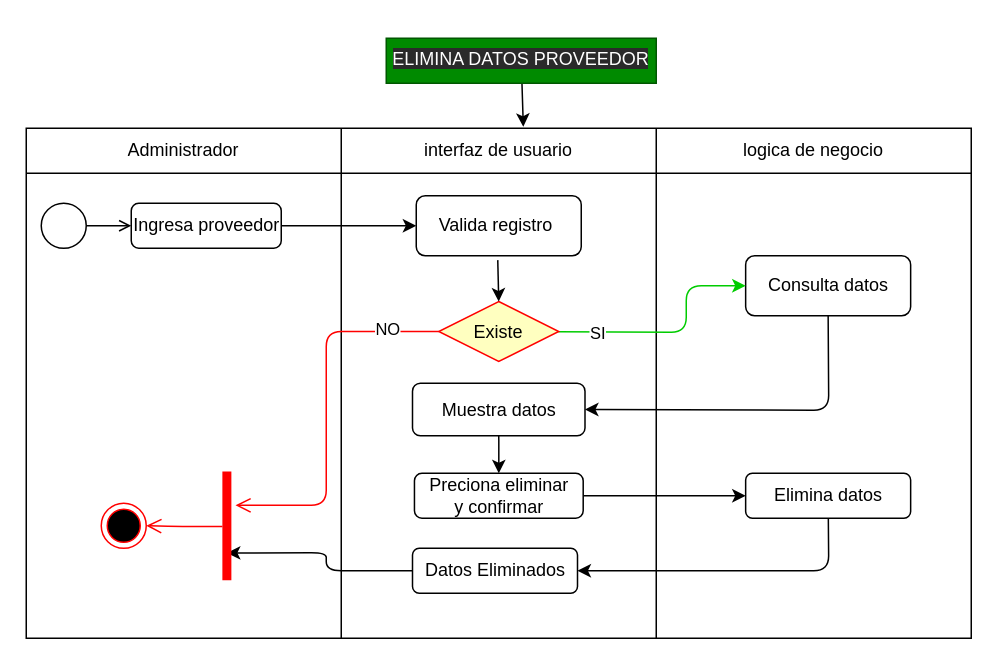
DavidArtavia/Activity_Diagram- keeps this draw.io diagram as Diagramas_Actividad/DAA.4.2.drawio. Above is the earlier version. Source tidied: cells renumbered, new cells numbered last; positions are measured from the earlier drawing's top-left corner, leaving out a move shared by most shapes. Both pictures are drawn from the tidied source at 150%, with x=0, y=0 at pixel (26, 38).
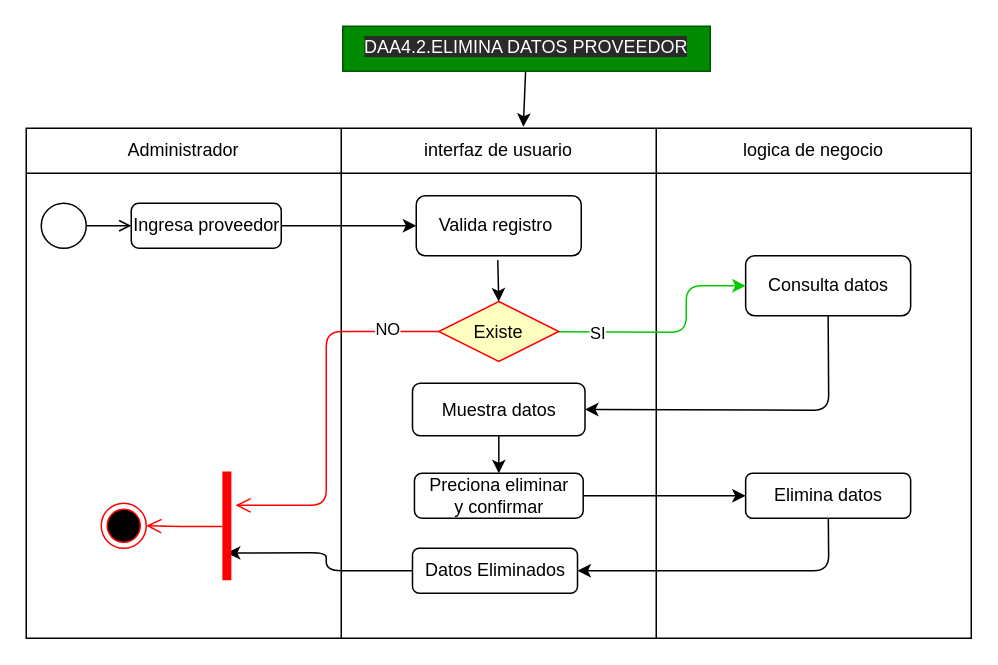
After the change.

Change to the diagram source:
```diff
@@
-    <mxCell id="28" value="&lt;span style=&quot;color: rgb(255 , 255 , 255) ; font-family: &amp;#34;helvetica&amp;#34; ; font-size: 12px ; font-style: normal ; font-weight: 400 ; letter-spacing: normal ; text-indent: 0px ; text-transform: none ; word-spacing: 0px ; background-color: rgb(42 , 42 , 42) ; display: inline ; float: none&quot;&gt;ELIMINA DATOS PROVEEDOR&lt;/span&gt;" style="text;whiteSpace=wrap;html=1;fillColor=#008a00;fontColor=#ffffff;strokeColor=#005700;align=center;" parent="1" vertex="1">
-      <mxGeometry x="240" width="180" height="30" as="geometry" />
+    <mxCell id="28" value="&lt;span style=&quot;color: rgb(255 , 255 , 255) ; font-family: &amp;#34;helvetica&amp;#34; ; font-size: 12px ; font-style: normal ; font-weight: 400 ; letter-spacing: normal ; text-indent: 0px ; text-transform: none ; word-spacing: 0px ; background-color: rgb(42 , 42 , 42) ; display: inline ; float: none&quot;&gt;DAA4.2.ELIMINA DATOS PROVEEDOR&lt;/span&gt;" style="text;whiteSpace=wrap;html=1;fillColor=#008a00;fontColor=#ffffff;strokeColor=#005700;align=center;" parent="1" vertex="1">
+      <mxGeometry x="211" y="-8" width="245" height="30" as="geometry" />
     </mxCell>
```
